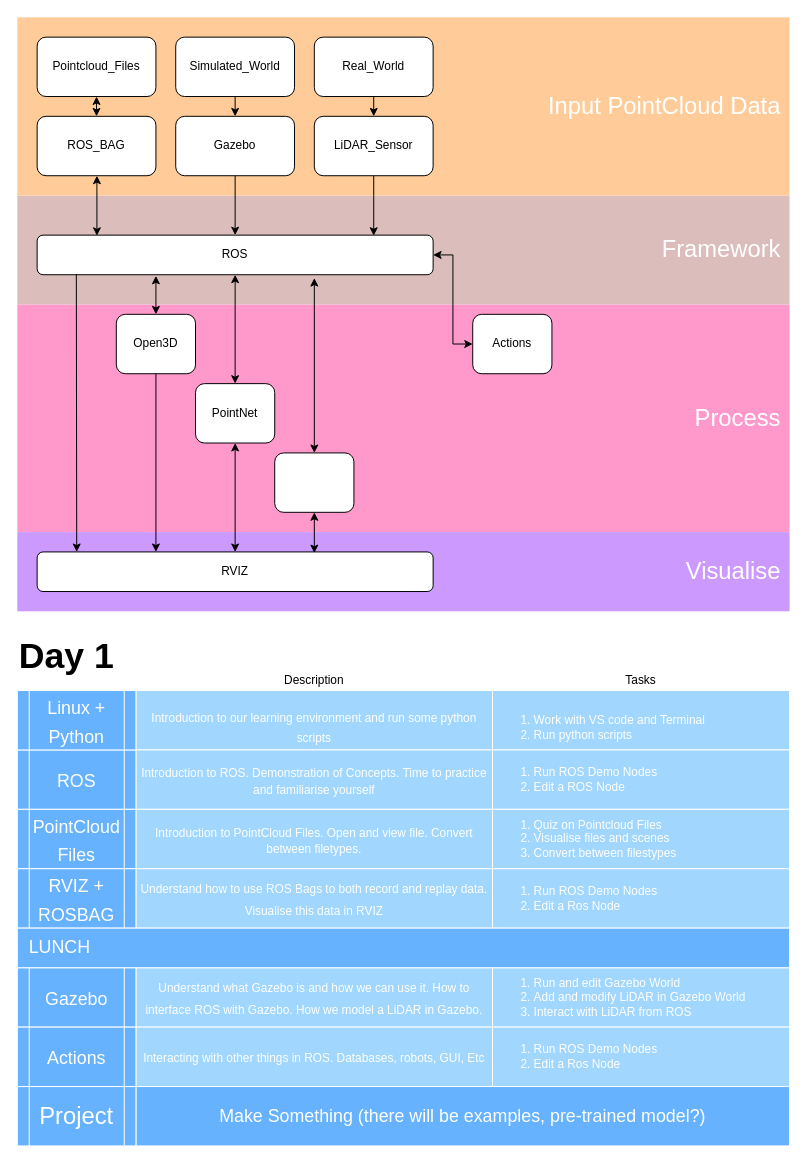
This is page "Day_1" (1 of 3) of course_overview_diagram.drawio from AM1010101/lidar_integrators_course, a draw.io file, before an edit. Source tidied: cells renumbered, new cells numbered last; positions are measured from the earlier drawing's top-left corner, leaving out a move shared by most shapes. Both pictures are drawn from the tidied source at 99%, with x=0, y=0 at pixel (17, 17).
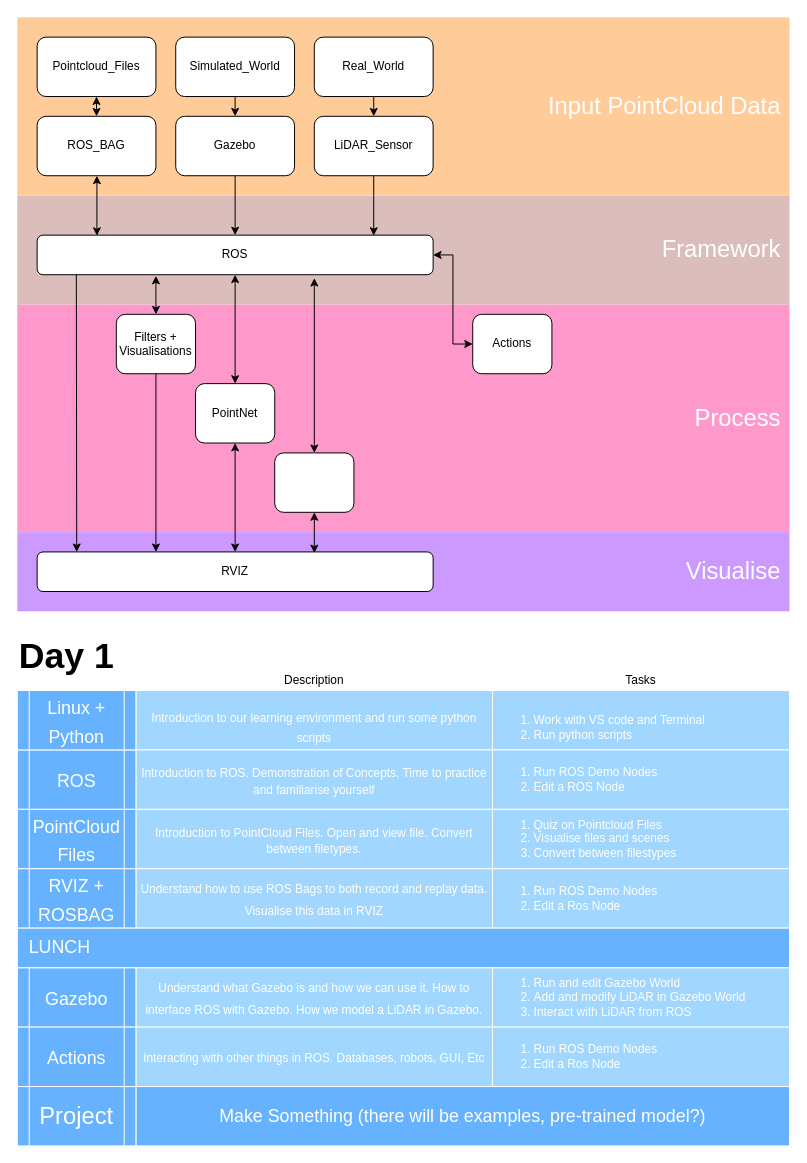
The same page after the edit.

Diff of the diagram source:
```diff
@@
-    <mxCell id="20" value="Open3D" style="rounded=1;whiteSpace=wrap;html=1;" parent="1" vertex="1">
+    <mxCell id="20" value="Filters + Visualisations" style="rounded=1;whiteSpace=wrap;html=1;" parent="1" vertex="1">
       <mxGeometry x="100" y="300" width="80" height="60" as="geometry" />
     </mxCell>
```
